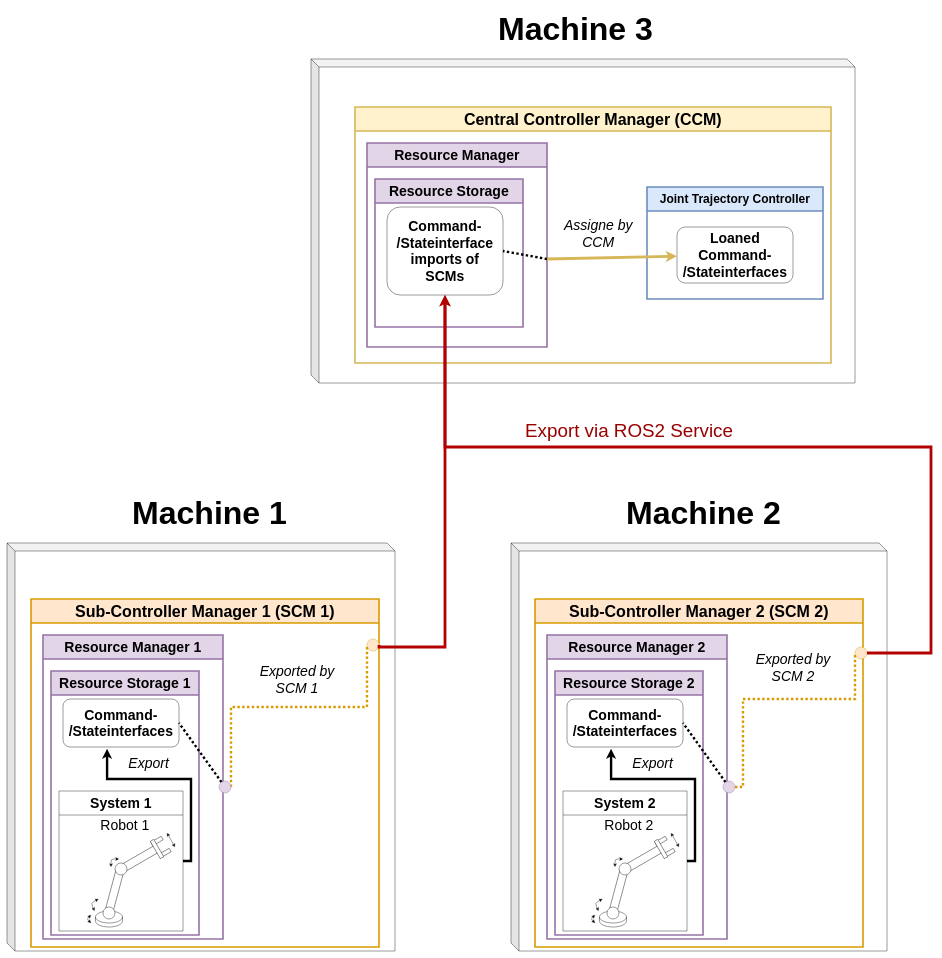
Before: Figures/c6/test_scenario_1.drawio in mamueluth/master_arbeit, a draw.io diagram. Source tidied: cells renumbered, new cells numbered last; positions are measured from the earlier drawing's top-left corner, leaving out a move shared by most shapes. Both pictures are drawn from the tidied source at 40%, with x=0, y=0 at pixel (7, 7).
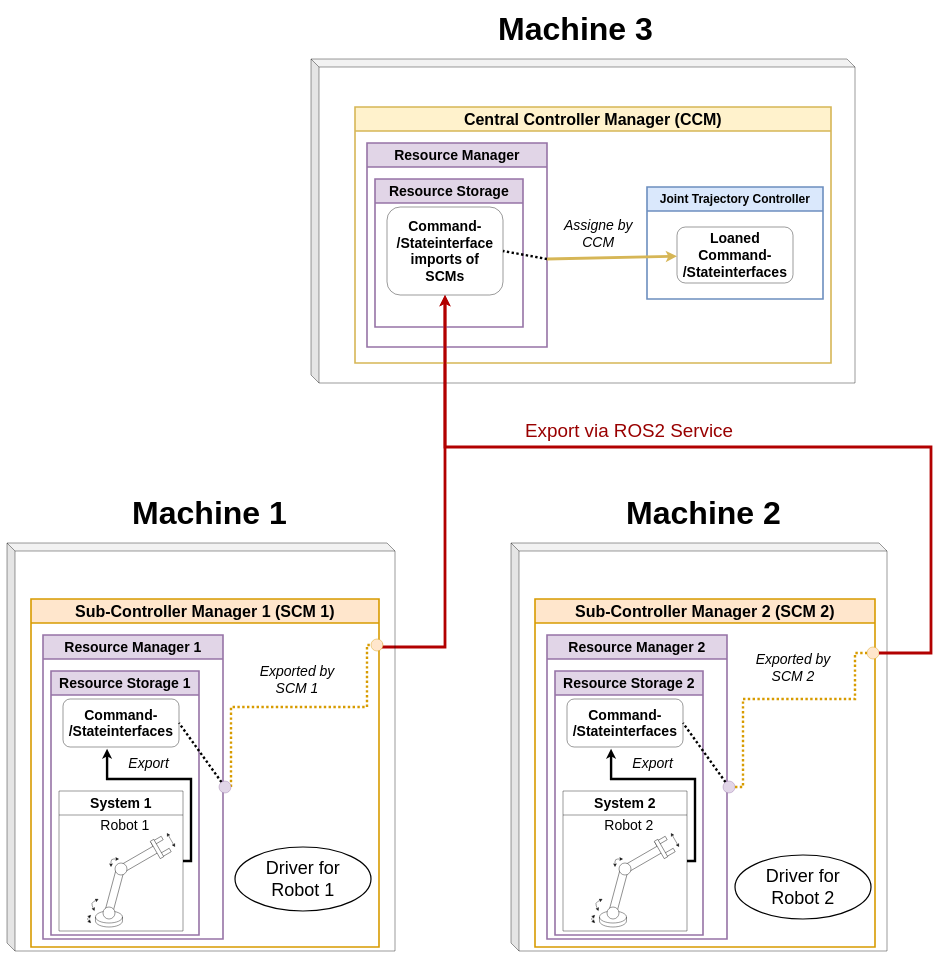
The same page after the edit.

The change refers to these unchanged cells:
```xml
<mxCell id="7" value="&lt;font style=&quot;font-size: 40px;&quot;&gt;Sub-Controller Manager 1 (SCM 1)&lt;br&gt;&lt;/font&gt;" style="swimlane;whiteSpace=wrap;html=1;startSize=60;strokeWidth=4;fillColor=#ffe6cc;strokeColor=#d79b00;" parent="1" vertex="1">
  <mxGeometry x="60" y="1480" width="870" height="870" as="geometry" />
</mxCell>
<mxCell id="33" value="&lt;div&gt;&lt;b&gt;&lt;font style=&quot;font-size: 35px;&quot;&gt;Command-&lt;/font&gt;&lt;/b&gt;&lt;/div&gt;&lt;div&gt;&lt;b&gt;&lt;font style=&quot;font-size: 35px;&quot;&gt;/Stateinterface&lt;/font&gt;&lt;/b&gt;&lt;/div&gt;&lt;div&gt;&lt;b&gt;&lt;font style=&quot;font-size: 35px;&quot;&gt;imports of&lt;br&gt;&lt;/font&gt;&lt;/b&gt;&lt;/div&gt;&lt;div&gt;&lt;b&gt;&lt;font style=&quot;font-size: 35px;&quot;&gt;SCMs&lt;/font&gt;&lt;/b&gt;&lt;/div&gt;" style="rounded=1;whiteSpace=wrap;html=1;" parent="30" vertex="1">
  <mxGeometry x="80" y="250" width="290" height="220" as="geometry" />
</mxCell>
```

What changed in the source:
```diff
@@
+    <mxCell id="69" style="rounded=0;jettySize=auto;html=1;exitX=1;exitY=0.5;exitDx=0;exitDy=0;entryX=0.5;entryY=1;entryDx=0;entryDy=0;edgeStyle=orthogonalEdgeStyle;fillColor=#e51400;strokeColor=#B20000;strokeWidth=7;" parent="1" edge="1" source="26" target="33">
+      <mxGeometry relative="1" as="geometry">
+        <Array as="points">
+          <mxPoint x="930" y="1600" />
+          <mxPoint x="1095" y="1600" />
+        </Array>
+      </mxGeometry>
+    </mxCell>
@@
     <mxCell id="26" style="ellipse;whiteSpace=wrap;html=1;fillColor=#ffe6cc;strokeColor=#d79b00;" parent="7" vertex="1">
-      <mxGeometry x="840" y="100" width="30" height="30" as="geometry" />
+      <mxGeometry x="850" y="100" width="30" height="30" as="geometry" />
     </mxCell>
@@
     <mxCell id="46" value="&lt;font style=&quot;font-size: 40px;&quot;&gt;Sub-Controller Manager 2 (SCM 2)&lt;br&gt;&lt;/font&gt;" style="swimlane;whiteSpace=wrap;html=1;startSize=60;strokeWidth=4;fillColor=#ffe6cc;strokeColor=#d79b00;" parent="1" vertex="1">
-      <mxGeometry x="1320" y="1480" width="820" height="870" as="geometry" />
+      <mxGeometry x="1320" y="1480" width="850" height="870" as="geometry" />
     </mxCell>
@@
     <mxCell id="64" style="ellipse;whiteSpace=wrap;html=1;fillColor=#ffe6cc;strokeColor=#d79b00;" parent="46" vertex="1">
-      <mxGeometry x="800" y="120" width="30" height="30" as="geometry" />
+      <mxGeometry x="830" y="120" width="30" height="30" as="geometry" />
     </mxCell>
@@
-    <mxCell id="69" style="rounded=0;jettySize=auto;html=1;exitX=1;exitY=0.5;exitDx=0;exitDy=0;entryX=0.5;entryY=1;entryDx=0;entryDy=0;edgeStyle=orthogonalEdgeStyle;fillColor=#e51400;strokeColor=#B20000;strokeWidth=7;" parent="1" edge="1" source="26" target="33">
-      <mxGeometry relative="1" as="geometry">
-        <Array as="points">
-          <mxPoint x="930" y="1600" />
-          <mxPoint x="1095" y="1600" />
-        </Array>
-      </mxGeometry>
-    </mxCell>
@@
+    <mxCell id="72" value="&lt;font style=&quot;font-size: 45px;&quot;&gt;Driver for &lt;br&gt;Robot 1&lt;br&gt;&lt;/font&gt;" style="ellipse;whiteSpace=wrap;html=1;strokeWidth=3;fillColor=none;" parent="1" vertex="1">
+      <mxGeometry x="570" y="2100" width="340" height="160" as="geometry" />
+    </mxCell>
+    <mxCell id="73" value="&lt;font style=&quot;font-size: 45px;&quot;&gt;Driver for &lt;br&gt;Robot 2&lt;br&gt;&lt;/font&gt;" style="ellipse;whiteSpace=wrap;html=1;strokeWidth=3;fillColor=none;" parent="1" vertex="1">
+      <mxGeometry x="1820" y="2120" width="340" height="160" as="geometry" />
+    </mxCell>
```
